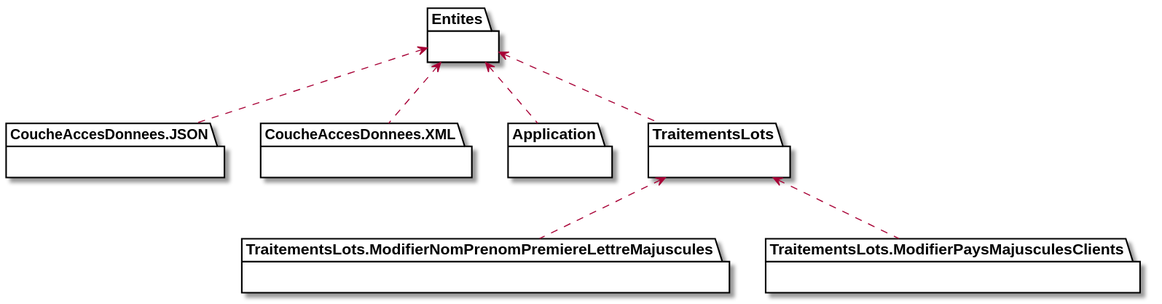
Above: images/Module06_Formats_Echanges/diag/src/DiagExerciceClientsPkg/DiagClassesClientsPkg.svg in PiFou86/420-W30-SF (PlantUML), before the change.
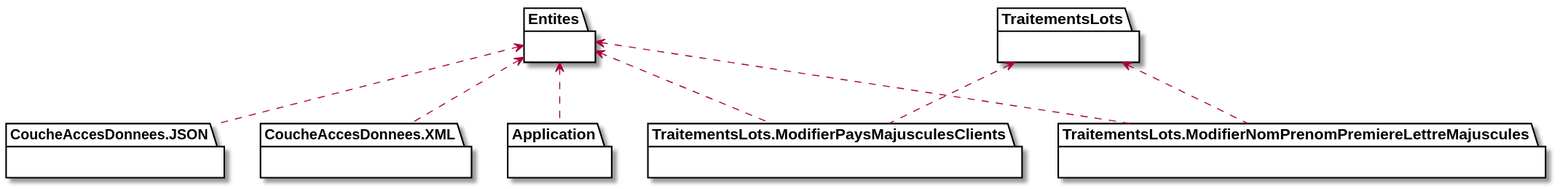
After the change.

Commit message:
Ajout informations

Change to the diagram source:
```diff
@@ -41,6 +41,7 @@
 Entites <.. CoucheAccesDonnees.JSON
 Entites <.. CoucheAccesDonnees.XML
 Entites <.. Application
-Entites <.. TraitementsLots
+Entites <.. TraitementsLots.ModifierNomPrenomPremiereLettreMajuscules
+Entites <.. TraitementsLots.ModifierPaysMajusculesClients
 
 @enduml
```
